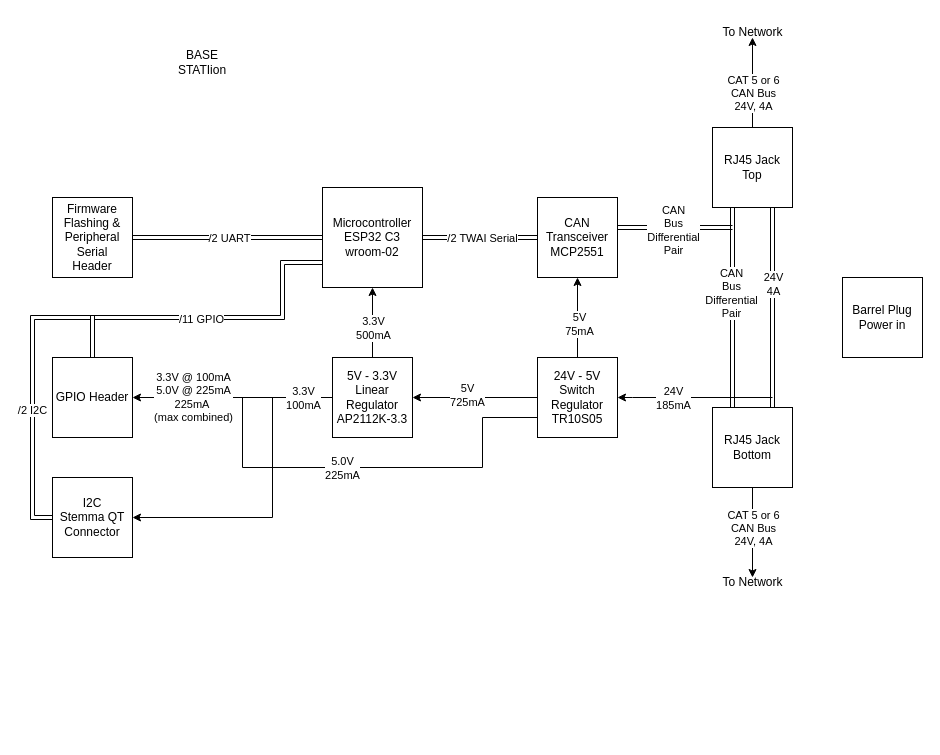
ProjectFishWorks/Documentation keeps this draw.io diagram as BlockDiagrams/BaseStationBlock.drawio. Above is the earlier version. Source tidied: cells renumbered, new cells numbered last; positions are measured from the earlier drawing's top-left corner, leaving out a move shared by most shapes. Both pictures are drawn from the tidied source at 100%, with x=0, y=0 at pixel (32, 17).
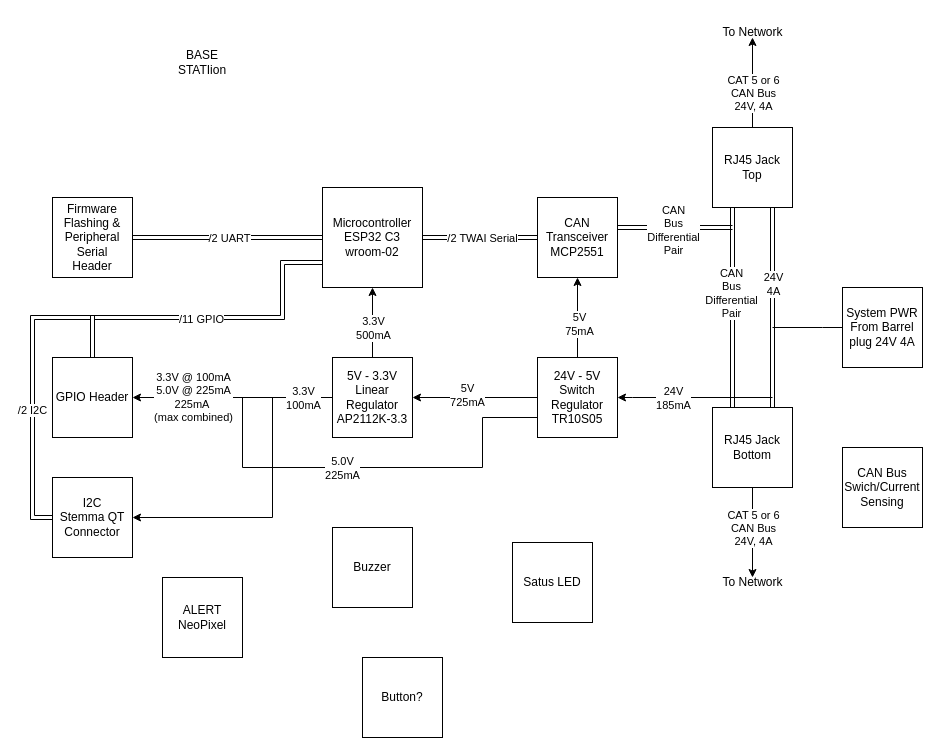
Above is the later version.

Diff of the diagram source:
```diff
@@
-    <mxCell id="46" value="Barrel Plug Power in" style="whiteSpace=wrap;html=1;" parent="1" vertex="1">
-      <mxGeometry x="810" y="260" width="80" height="80" as="geometry" />
-    </mxCell>
+    <mxCell id="47" value="ALERT&lt;div&gt;NeoPixel&lt;/div&gt;" style="whiteSpace=wrap;html=1;" parent="1" vertex="1">
+      <mxGeometry x="130" y="560" width="80" height="80" as="geometry" />
+    </mxCell>
+    <mxCell id="48" value="Buzzer" style="whiteSpace=wrap;html=1;" parent="1" vertex="1">
+      <mxGeometry x="300" y="510" width="80" height="80" as="geometry" />
+    </mxCell>
+    <mxCell id="49" value="Satus LED" style="whiteSpace=wrap;html=1;" parent="1" vertex="1">
+      <mxGeometry x="480" y="525" width="80" height="80" as="geometry" />
+    </mxCell>
+    <mxCell id="50" value="System PWR From Barrel plug 24V 4A" style="whiteSpace=wrap;html=1;" parent="1" vertex="1">
+      <mxGeometry x="810" y="270" width="80" height="80" as="geometry" />
+    </mxCell>
+    <mxCell id="51" style="endArrow=none;html=1;rounded=0;entryX=0;entryY=0.5;entryDx=0;entryDy=0;" parent="1" edge="1" target="50">
+      <mxGeometry relative="1" as="geometry">
+        <mxPoint x="740" y="310" as="sourcePoint" />
+        <Array as="points">
+          <mxPoint x="790" y="310" />
+        </Array>
+      </mxGeometry>
+    </mxCell>
+    <mxCell id="52" value="CAN Bus Swich/Current Sensing" style="whiteSpace=wrap;html=1;" parent="1" vertex="1">
+      <mxGeometry x="810" y="430" width="80" height="80" as="geometry" />
+    </mxCell>
+    <mxCell id="53" value="Button?" style="whiteSpace=wrap;html=1;" parent="1" vertex="1">
+      <mxGeometry x="330" y="640" width="80" height="80" as="geometry" />
+    </mxCell>
```
